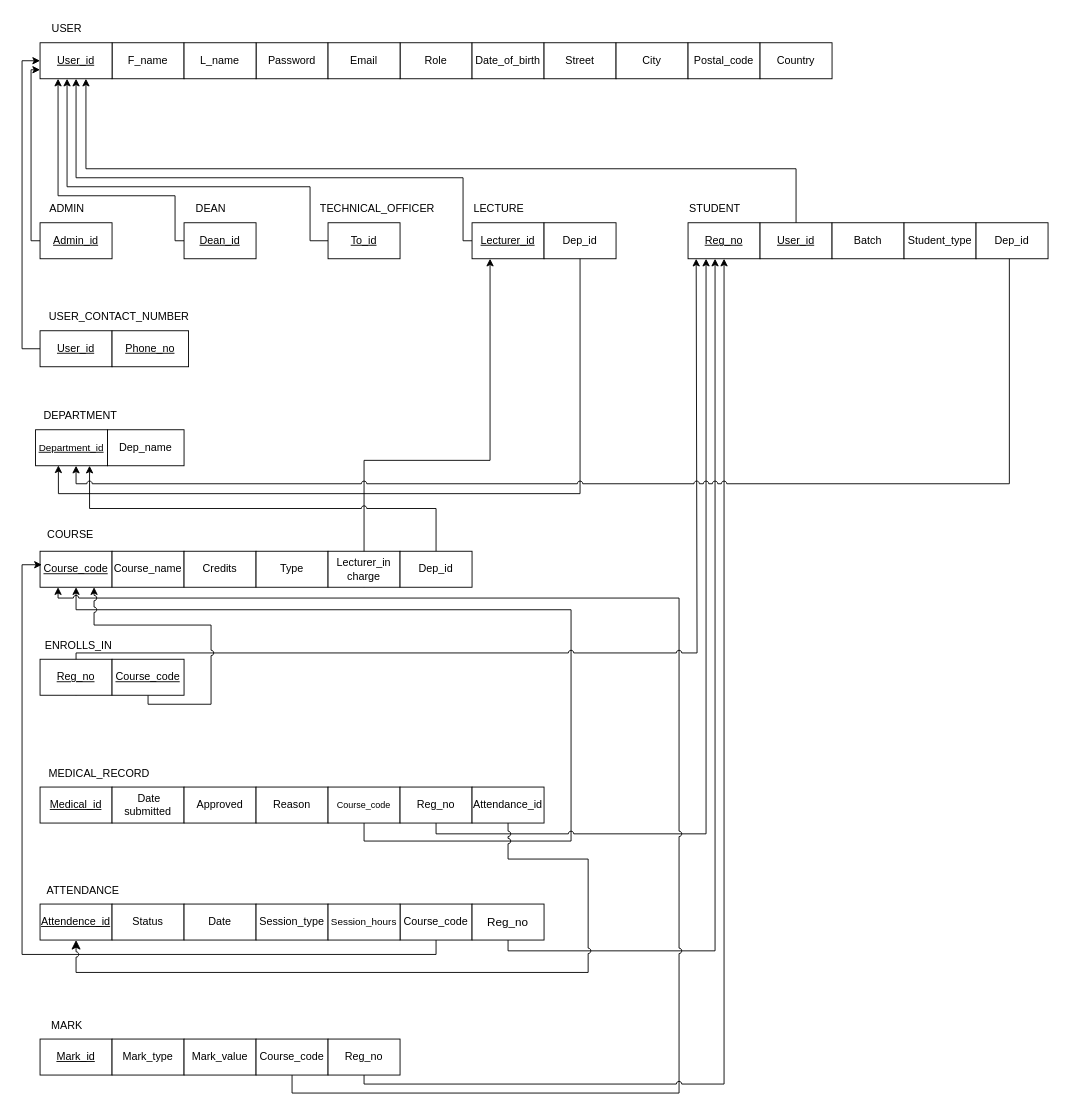
Earlier version of the draw.io diagram page "Page-2" (1 of 2) of Updated EER and Mapping/EER and Mapping.drawio (dilusharadeeshan/Student-Management-System). Source tidied: cells renumbered, new cells numbered last; positions are measured from the earlier drawing's top-left corner, leaving out a move shared by most shapes. Both pictures are drawn from the tidied source at 90%, with x=0, y=0 at pixel (22, 15).
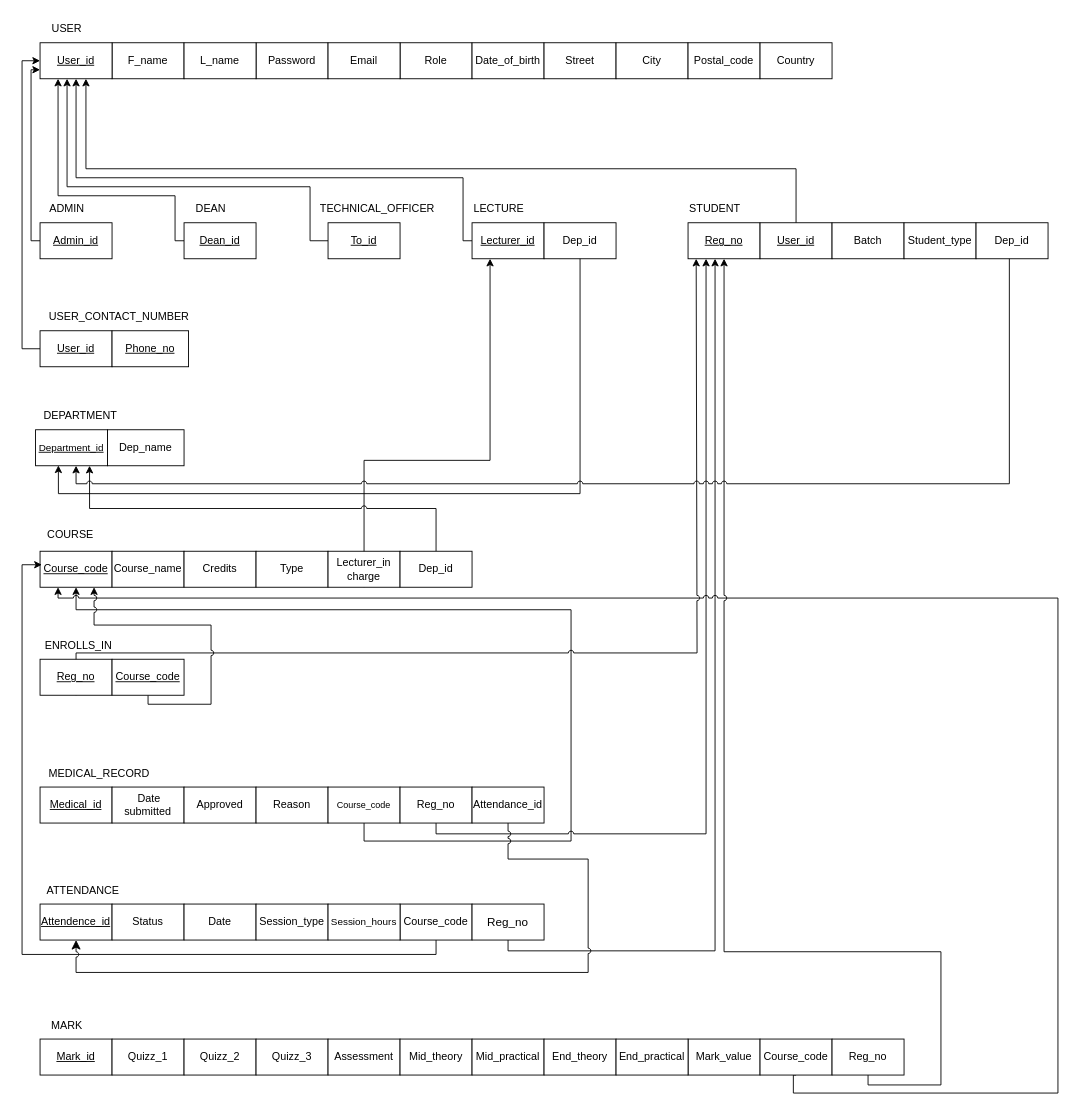
The same page after the edit.

Unchanged cells that the change refers to:
```xml
<mxCell id="36" value="&lt;u&gt;Course_code&lt;/u&gt;" style="rounded=0;whiteSpace=wrap;html=1;" parent="1" vertex="1">
  <mxGeometry x="20" y="595" width="80" height="40" as="geometry" />
</mxCell>
```

Diff of the diagram source:
```diff
@@
-    <mxCell id="62" value="Mark_type" style="rounded=0;whiteSpace=wrap;html=1;" parent="1" vertex="1">
+    <mxCell id="62" value="Quizz_1" style="rounded=0;whiteSpace=wrap;html=1;" parent="1" vertex="1">
       <mxGeometry x="100" y="1137" width="80" height="40" as="geometry" />
     </mxCell>
     <mxCell id="63" value="Mark_value" style="rounded=0;whiteSpace=wrap;html=1;" parent="1" vertex="1">
-      <mxGeometry x="180" y="1137" width="80" height="40" as="geometry" />
+      <mxGeometry x="740" y="1137" width="80" height="40" as="geometry" />
     </mxCell>
     <mxCell id="64" style="edgeStyle=orthogonalEdgeStyle;rounded=0;jettySize=auto;html=1;exitX=0.5;exitY=1;exitDx=0;exitDy=0;entryX=0.25;entryY=1;entryDx=0;entryDy=0;jumpStyle=arc;" parent="1" edge="1" source="65" target="36">
       <mxGeometry relative="1" as="geometry">
         <Array as="points">
-          <mxPoint x="300" y="1197" />
-          <mxPoint x="730" y="1197" />
-          <mxPoint x="730" y="647" />
+          <mxPoint x="857" y="1177" />
+          <mxPoint x="857" y="1197" />
+          <mxPoint x="1151" y="1197" />
+          <mxPoint x="1151" y="647" />
           <mxPoint x="40" y="647" />
         </Array>
       </mxGeometry>
     </mxCell>
     <mxCell id="65" value="Course_code" style="rounded=0;whiteSpace=wrap;html=1;" parent="1" vertex="1">
-      <mxGeometry x="260" y="1137" width="80" height="40" as="geometry" />
+      <mxGeometry x="820" y="1137" width="80" height="40" as="geometry" />
     </mxCell>
     <mxCell id="66" style="edgeStyle=orthogonalEdgeStyle;rounded=0;jettySize=auto;html=1;exitX=0.5;exitY=1;exitDx=0;exitDy=0;jumpStyle=arc;" parent="1" edge="1" source="67">
       <mxGeometry relative="1" as="geometry">
         <mxPoint x="780" y="270" as="targetPoint" />
         <Array as="points">
-          <mxPoint x="380" y="1187" />
-          <mxPoint x="780" y="1187" />
+          <mxPoint x="940" y="1188" />
+          <mxPoint x="1021" y="1188" />
+          <mxPoint x="1021" y="1040" />
+          <mxPoint x="780" y="1040" />
         </Array>
       </mxGeometry>
     </mxCell>
     <mxCell id="67" value="Reg_no" style="rounded=0;whiteSpace=wrap;html=1;" parent="1" vertex="1">
-      <mxGeometry x="340" y="1137" width="80" height="40" as="geometry" />
+      <mxGeometry x="900" y="1137" width="80" height="40" as="geometry" />
     </mxCell>
@@
+    <mxCell id="86" value="Quizz_2" style="rounded=0;whiteSpace=wrap;html=1;" parent="1" vertex="1">
+      <mxGeometry x="180" y="1137" width="80" height="40" as="geometry" />
+    </mxCell>
+    <mxCell id="87" value="Quizz_3" style="rounded=0;whiteSpace=wrap;html=1;" parent="1" vertex="1">
+      <mxGeometry x="260" y="1137" width="80" height="40" as="geometry" />
+    </mxCell>
+    <mxCell id="88" value="Assessment" style="rounded=0;whiteSpace=wrap;html=1;" parent="1" vertex="1">
+      <mxGeometry x="340" y="1137" width="80" height="40" as="geometry" />
+    </mxCell>
+    <mxCell id="89" value="Mid_theory" style="rounded=0;whiteSpace=wrap;html=1;" parent="1" vertex="1">
+      <mxGeometry x="420" y="1137" width="80" height="40" as="geometry" />
+    </mxCell>
+    <mxCell id="90" value="Mid_practical" style="rounded=0;whiteSpace=wrap;html=1;" parent="1" vertex="1">
+      <mxGeometry x="500" y="1137" width="80" height="40" as="geometry" />
+    </mxCell>
+    <mxCell id="91" value="End_theory" style="rounded=0;whiteSpace=wrap;html=1;" parent="1" vertex="1">
+      <mxGeometry x="580" y="1137" width="80" height="40" as="geometry" />
+    </mxCell>
+    <mxCell id="92" value="End_practical" style="rounded=0;whiteSpace=wrap;html=1;" parent="1" vertex="1">
+      <mxGeometry x="660" y="1137" width="80" height="40" as="geometry" />
+    </mxCell>
```
